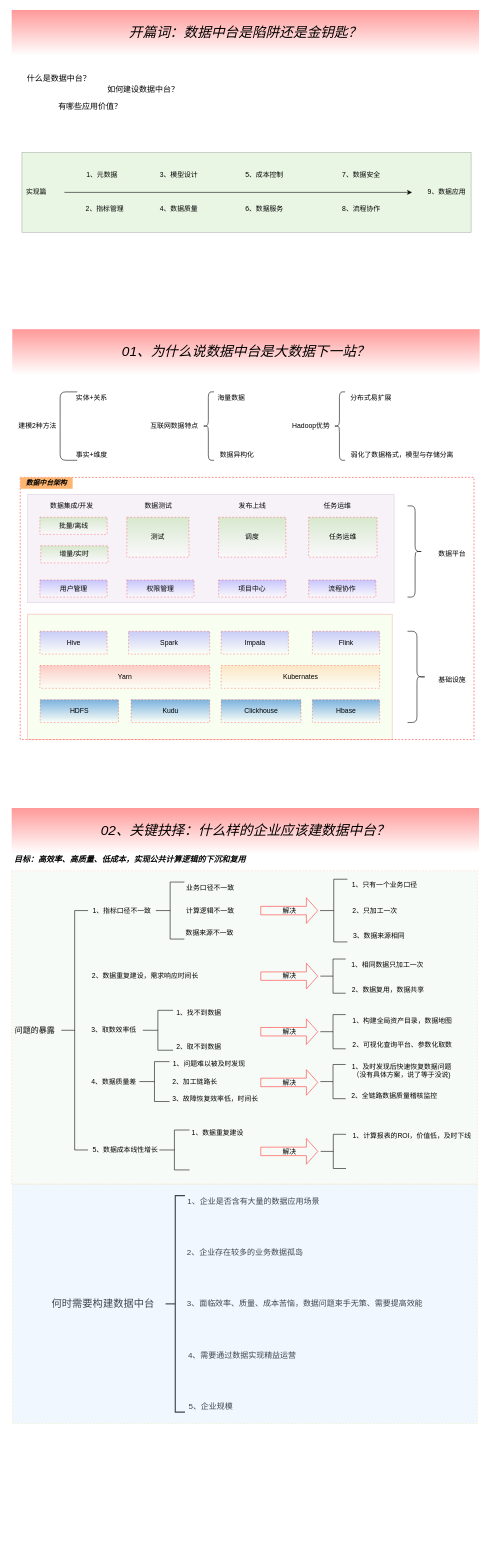
Earlier version of the draw.io diagram 数据中台.drawio (zhfk/drawo.io.mydiagrams). Source tidied: cells renumbered, new cells numbered last; positions are measured from the earlier drawing's top-left corner, leaving out a move shared by most shapes. Both pictures are drawn from the tidied source at 57%, with x=0, y=0 at pixel (10, 10).
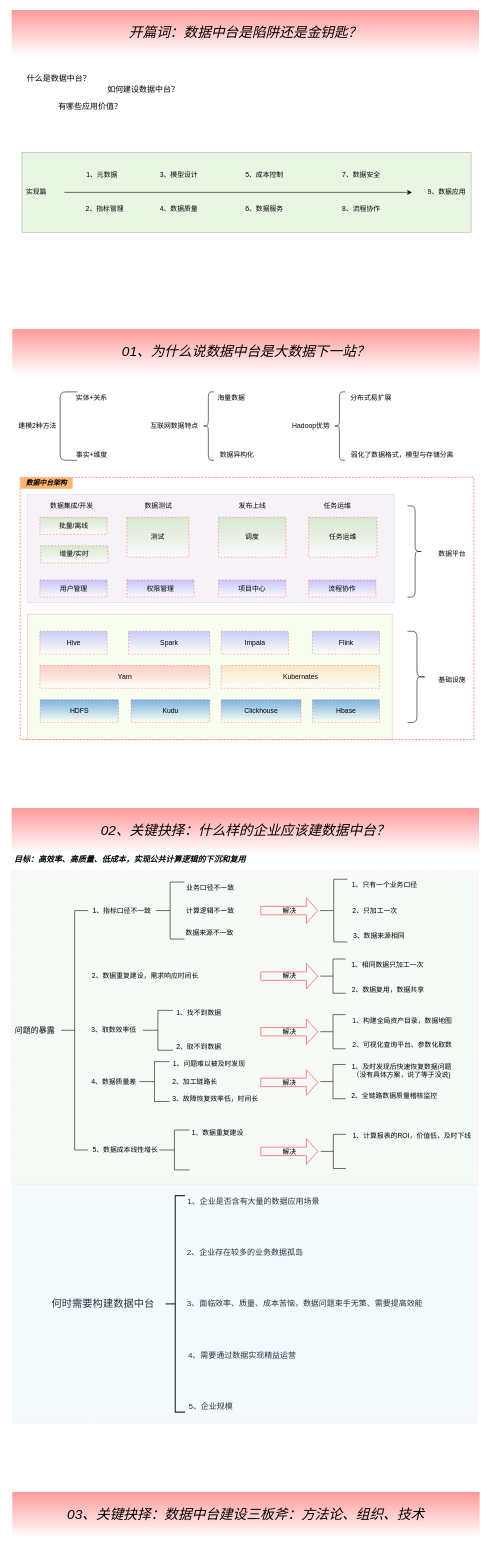
Above is the later version.

What changed in the source:
```diff
@@
-    <mxCell id="113" style="rounded=0;whiteSpace=wrap;html=1;dashed=1;strokeWidth=1;gradientColor=none;opacity=30;fillColor=#CCE5FF;strokeColor=#CCCC00;" parent="1" vertex="1">
+    <mxCell id="113" style="rounded=0;whiteSpace=wrap;html=1;dashed=1;strokeWidth=1;gradientColor=none;opacity=20;fillColor=#CCE5FF;strokeColor=#CCCC00;" parent="1" vertex="1">
       <mxGeometry x="4" y="2060" width="816" height="420" as="geometry" />
     </mxCell>
+    <mxCell id="114" value="&lt;font style=&quot;font-size: 24px&quot;&gt;&lt;i&gt;03、关键抉择：数据中台建设三板斧：方法论、组织、技术&lt;/i&gt;&lt;/font&gt;" style="text;html=1;strokeColor=none;align=center;verticalAlign=middle;whiteSpace=wrap;rounded=0;dashed=1;opacity=50;fillColor=#FF3333;gradientColor=#ffffff;" parent="1" vertex="1">
+      <mxGeometry x="4" y="2600" width="820" height="80" as="geometry" />
+    </mxCell>
```
